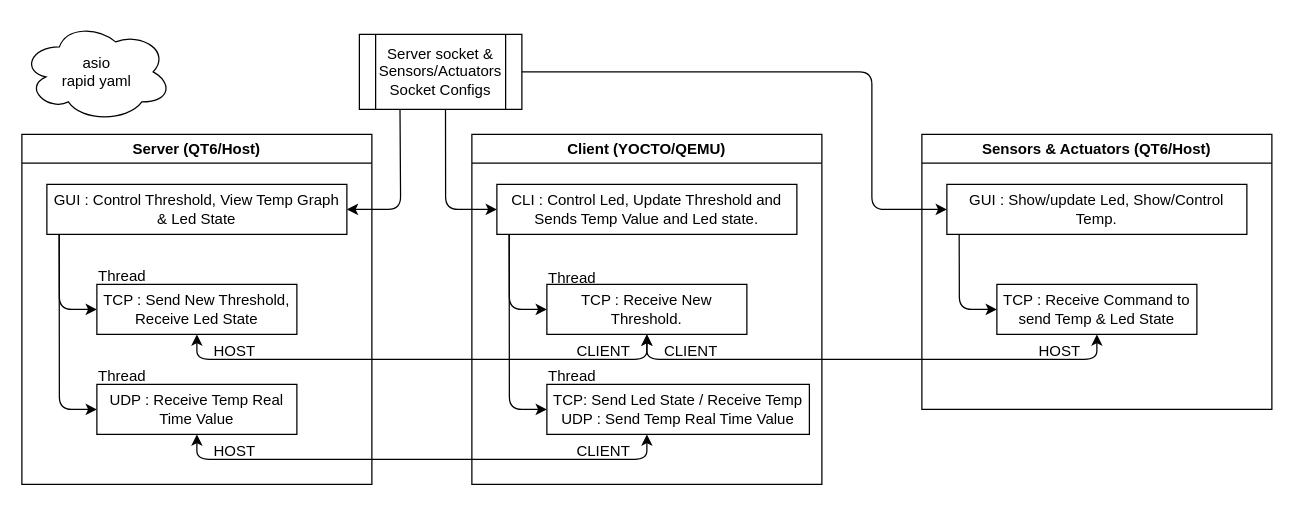
Before: Modern_Cpp_Project/structure.dio in salah0eldin/Embedded_Linux_Diploma_Projects, a draw.io diagram. Source tidied: cells renumbered, new cells numbered last; positions are measured from the earlier drawing's top-left corner, leaving out a move shared by most shapes. Both pictures are drawn from the tidied source at 125%, with x=0, y=0 at pixel (21, 21).
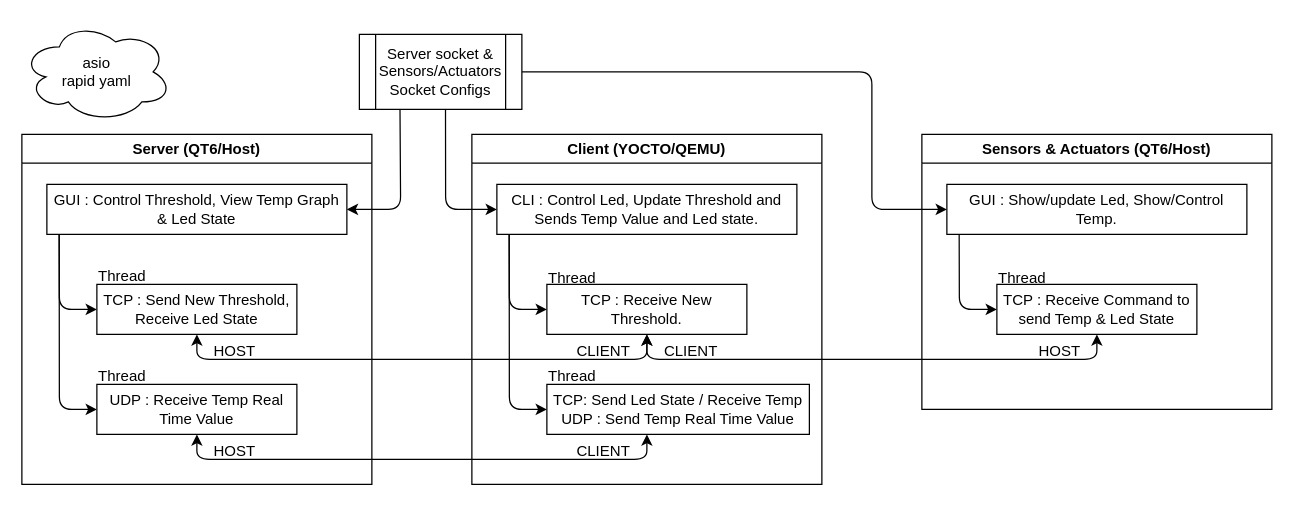
The same page after the edit.

Unchanged cells that the change refers to:
```xml
<mxCell id="25" value="Sensors &amp;amp; Actuators (QT6/Host)" style="swimlane;whiteSpace=wrap;html=1;" parent="1" vertex="1">
  <mxGeometry x="720" y="90" width="280" height="220" as="geometry" />
</mxCell>
```

Diff of the diagram source:
```diff
@@
+    <mxCell id="36" value="Thread" style="text;html=1;align=center;verticalAlign=middle;strokeColor=none;fillColor=none;" parent="25" vertex="1">
+      <mxGeometry x="50" y="100" width="60" height="30" as="geometry" />
+    </mxCell>
```
